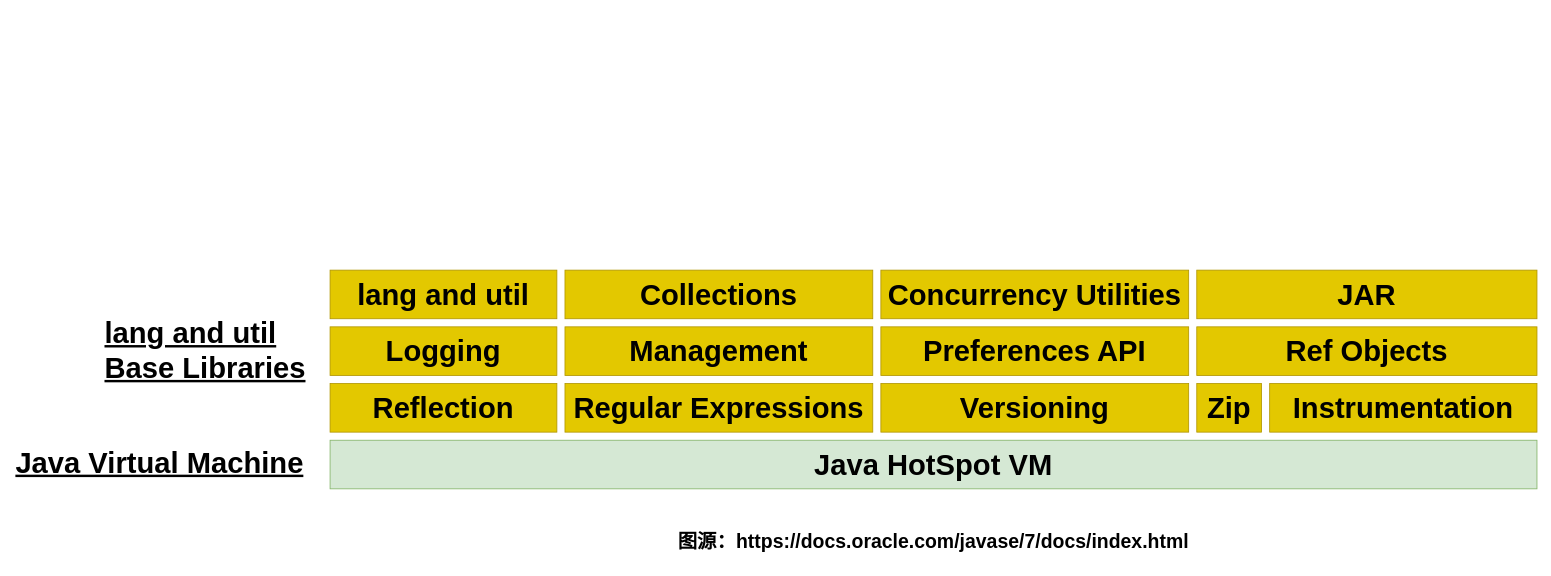
Before: java-road-map/Java开发知识结构.drawio in zhuyee/draw, a draw.io diagram. Source tidied: cells renumbered, new cells numbered last; positions are measured from the earlier drawing's top-left corner, leaving out a move shared by most shapes. Both pictures are drawn from the tidied source at 81%, with x=0, y=0 at pixel (14, 270).
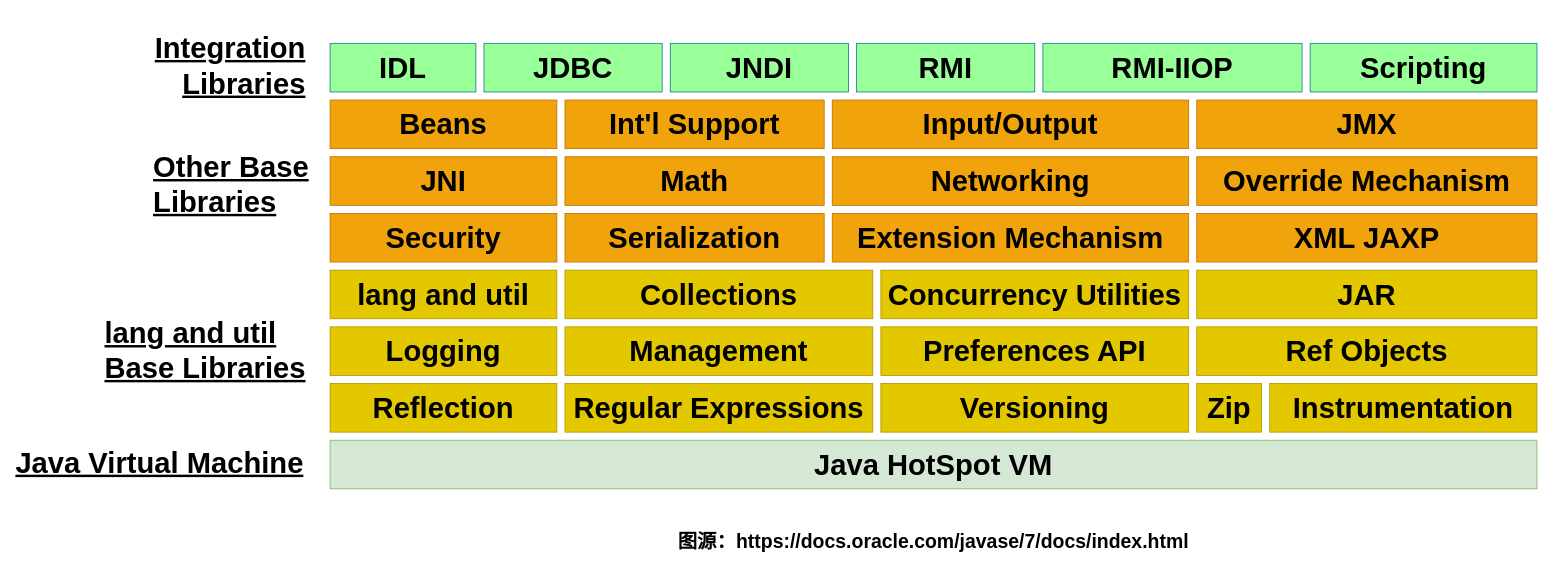
After the change.

Commit message:
更新 基本库

The edit, as a diff of the source:
```diff
@@
+    <mxCell id="19" value="&lt;a style=&quot;color: rgb(0, 0, 0); font-family: Arial, Helvetica, sans-serif; font-weight: bold; text-decoration-line: none;&quot; alt=&quot;Writing secure applications&quot; class=&quot;atext&quot; href=&quot;https://docs.oracle.com/javase/7/docs/technotes/guides/security/index.html&quot;&gt;Security&lt;/a&gt;" style="rounded=0;whiteSpace=wrap;html=1;fontSize=36;fillColor=#f0a30a;strokeColor=#BD7000;fontColor=#000000;" parent="1" vertex="1">
+      <mxGeometry x="390" y="-70" width="280" height="60" as="geometry" />
+    </mxCell>
+    <mxCell id="20" value="&lt;a style=&quot;color: rgb(0, 0, 0); font-family: Arial, Helvetica, sans-serif; font-weight: bold; text-decoration-line: none;&quot; alt=&quot;Java input/output classes with object support serialization&quot; class=&quot;atext&quot; href=&quot;https://docs.oracle.com/javase/7/docs/technotes/guides/serialization/index.html&quot;&gt;Serialization&lt;/a&gt;" style="rounded=0;whiteSpace=wrap;html=1;fontSize=36;fillColor=#f0a30a;strokeColor=#BD7000;fontColor=#000000;" parent="1" vertex="1">
+      <mxGeometry x="680" y="-70" width="320" height="60" as="geometry" />
+    </mxCell>
+    <mxCell id="21" value="&lt;a style=&quot;color: rgb(0, 0, 0); font-family: Arial, Helvetica, sans-serif; font-weight: bold; text-decoration-line: none;&quot; alt=&quot;Mechanism for JVM to use optional packages&quot; class=&quot;atext&quot; href=&quot;https://docs.oracle.com/javase/7/docs/technotes/guides/extensions/index.html&quot;&gt;Extension Mechanism&lt;/a&gt;" style="rounded=0;whiteSpace=wrap;html=1;fontSize=36;fillColor=#f0a30a;strokeColor=#BD7000;fontColor=#000000;" parent="1" vertex="1">
+      <mxGeometry x="1010" y="-70" width="440" height="60" as="geometry" />
+    </mxCell>
+    <mxCell id="22" value="&lt;a style=&quot;color: rgb(0, 0, 0); font-family: Arial, Helvetica, sans-serif; font-weight: bold; text-decoration-line: none;&quot; alt=&quot;Java API for Extensible Markup Language Processing&quot; class=&quot;atext&quot; href=&quot;https://docs.oracle.com/javase/7/docs/technotes/guides/xml/index.html&quot;&gt;XML JAXP&lt;/a&gt;" style="rounded=0;whiteSpace=wrap;html=1;fontSize=36;fillColor=#f0a30a;strokeColor=#BD7000;fontColor=#000000;" parent="1" vertex="1">
+      <mxGeometry x="1460" y="-70" width="420" height="60" as="geometry" />
+    </mxCell>
+    <mxCell id="23" value="&lt;a style=&quot;color: rgb(0, 0, 0); font-family: Arial, Helvetica, sans-serif; font-weight: bold; text-decoration-line: none;&quot; alt=&quot;Java Native Interface&quot; class=&quot;atext&quot; href=&quot;https://docs.oracle.com/javase/7/docs/technotes/guides/jni/index.html&quot;&gt;JNI&lt;/a&gt;" style="rounded=0;whiteSpace=wrap;html=1;fontSize=36;fillColor=#f0a30a;strokeColor=#BD7000;fontColor=#000000;" parent="1" vertex="1">
+      <mxGeometry x="390" y="-140" width="280" height="60" as="geometry" />
+    </mxCell>
+    <mxCell id="24" value="&lt;a style=&quot;color: rgb(0, 0, 0); font-family: Arial, Helvetica, sans-serif; font-weight: bold; text-decoration-line: none;&quot; alt=&quot;Floating point and arbitrary-precision math&quot; class=&quot;atext&quot; href=&quot;https://docs.oracle.com/javase/7/docs/technotes/guides/math/index.html&quot;&gt;Math&lt;/a&gt;" style="rounded=0;whiteSpace=wrap;html=1;fontSize=36;fillColor=#f0a30a;strokeColor=#BD7000;fontColor=#000000;" parent="1" vertex="1">
+      <mxGeometry x="680" y="-140" width="320" height="60" as="geometry" />
+    </mxCell>
+    <mxCell id="25" value="&lt;a style=&quot;color: rgb(0, 0, 0); font-family: Arial, Helvetica, sans-serif; font-weight: bold; text-decoration-line: none;&quot; alt=&quot;Networking API&quot; class=&quot;atext&quot; href=&quot;https://docs.oracle.com/javase/7/docs/technotes/guides/net/index.html&quot;&gt;Networking&lt;/a&gt;" style="rounded=0;whiteSpace=wrap;html=1;fontSize=36;fillColor=#f0a30a;strokeColor=#BD7000;fontColor=#000000;" parent="1" vertex="1">
+      <mxGeometry x="1010" y="-140" width="440" height="60" as="geometry" />
+    </mxCell>
+    <mxCell id="26" value="&lt;a style=&quot;color: rgb(0, 0, 0); font-family: Arial, Helvetica, sans-serif; font-weight: bold; text-decoration-line: none;&quot; alt=&quot;Endorsed Standards Override Mechanism&quot; class=&quot;atext&quot; href=&quot;https://docs.oracle.com/javase/7/docs/technotes/guides/standards/index.html&quot;&gt;Override Mechanism&lt;/a&gt;" style="rounded=0;whiteSpace=wrap;html=1;fontSize=36;fillColor=#f0a30a;strokeColor=#BD7000;fontColor=#000000;" parent="1" vertex="1">
+      <mxGeometry x="1460" y="-140" width="420" height="60" as="geometry" />
+    </mxCell>
+    <mxCell id="27" value="&lt;a style=&quot;color: rgb(0, 0, 0); font-family: Arial, Helvetica, sans-serif; font-weight: bold; text-decoration-line: none;&quot; alt=&quot;Java Beans component API&quot; class=&quot;atext&quot; href=&quot;https://docs.oracle.com/javase/7/docs/technotes/guides/beans/index.html&quot;&gt;Beans&lt;/a&gt;" style="rounded=0;whiteSpace=wrap;html=1;fontSize=36;fillColor=#f0a30a;strokeColor=#BD7000;fontColor=#000000;" parent="1" vertex="1">
+      <mxGeometry x="390" y="-210" width="280" height="60" as="geometry" />
+    </mxCell>
+    <mxCell id="28" value="&lt;a style=&quot;color: rgb(0, 0, 0); font-family: Arial, Helvetica, sans-serif; font-weight: bold; text-decoration-line: none;&quot; alt=&quot;Application internationalization&quot; class=&quot;atext&quot; href=&quot;https://docs.oracle.com/javase/7/docs/technotes/guides/intl/index.html&quot;&gt;Int'l Support&lt;/a&gt;" style="rounded=0;whiteSpace=wrap;html=1;fontSize=36;fillColor=#f0a30a;strokeColor=#BD7000;fontColor=#000000;" parent="1" vertex="1">
+      <mxGeometry x="680" y="-210" width="320" height="60" as="geometry" />
+    </mxCell>
+    <mxCell id="29" value="&lt;a style=&quot;color: rgb(0, 0, 0); font-family: Arial, Helvetica, sans-serif; font-weight: bold; text-decoration-line: none;&quot; alt=&quot;Input and output through data streams, serialization and file systems&quot; class=&quot;atext&quot; href=&quot;https://docs.oracle.com/javase/7/docs/technotes/guides/io/index.html&quot;&gt;Input/Output&lt;/a&gt;" style="rounded=0;whiteSpace=wrap;html=1;fontSize=36;fillColor=#f0a30a;strokeColor=#BD7000;fontColor=#000000;" parent="1" vertex="1">
+      <mxGeometry x="1010" y="-210" width="440" height="60" as="geometry" />
+    </mxCell>
+    <mxCell id="30" value="&lt;a style=&quot;color: rgb(0, 0, 0); font-family: Arial, Helvetica, sans-serif; font-weight: bold; text-decoration-line: none;&quot; alt=&quot;Java Management Extensions&quot; class=&quot;atext&quot; href=&quot;https://docs.oracle.com/javase/7/docs/technotes/guides/jmx/index.html&quot;&gt;JMX&lt;/a&gt;" style="rounded=0;whiteSpace=wrap;html=1;fontSize=36;fillColor=#f0a30a;strokeColor=#BD7000;fontColor=#000000;" parent="1" vertex="1">
+      <mxGeometry x="1460" y="-210" width="420" height="60" as="geometry" />
+    </mxCell>
+    <mxCell id="31" value="&lt;a style=&quot;font-size: 36px; color: rgb(0, 0, 0); font-family: Arial, Helvetica, sans-serif; text-decoration: underline; font-style: normal; font-variant-ligatures: normal; font-variant-caps: normal; font-weight: 400; letter-spacing: normal; orphans: 2; text-align: right; text-indent: 0px; text-transform: none; widows: 2; word-spacing: 0px; -webkit-text-stroke-width: 0px;&quot; alt=&quot;Base libraries other than lang and util&quot; class=&quot;ahead&quot; href=&quot;https://docs.oracle.com/javase/7/docs/technotes/guides/index.html#otherbase&quot;&gt;&lt;b style=&quot;font-size: 36px;&quot;&gt;Other Base&lt;br style=&quot;font-size: 36px;&quot;&gt;Libraries&lt;/b&gt;&lt;/a&gt;" style="text;whiteSpace=wrap;html=1;fontSize=36;" parent="1" vertex="1">
+      <mxGeometry x="170" y="-155" width="200" height="90" as="geometry" />
+    </mxCell>
+    <mxCell id="32" value="&lt;a style=&quot;color: rgb(0, 0, 0); font-family: Arial, Helvetica, sans-serif; font-weight: bold; text-decoration-line: none;&quot; alt=&quot;Interfaces defined in CORBA Interface Definition Language&quot; class=&quot;atext&quot; href=&quot;https://docs.oracle.com/javase/7/docs/technotes/guides/idl/index.html&quot;&gt;IDL&lt;/a&gt;" style="rounded=0;whiteSpace=wrap;html=1;fontSize=36;fillColor=#99FF99;strokeColor=#0e8088;" parent="1" vertex="1">
+      <mxGeometry x="390" y="-280" width="180" height="60" as="geometry" />
+    </mxCell>
+    <mxCell id="33" value="&lt;a style=&quot;color: rgb(0, 0, 0); font-family: Arial, Helvetica, sans-serif; font-weight: bold; text-decoration-line: none;&quot; alt=&quot;RMI interfaces using IIOP as the underlying transport&quot; class=&quot;atext&quot; href=&quot;https://docs.oracle.com/javase/7/docs/technotes/guides/rmi-iiop/index.html&quot;&gt;RMI-IIOP&lt;/a&gt;" style="rounded=0;whiteSpace=wrap;html=1;fontSize=36;fillColor=#99FF99;strokeColor=#0e8088;" parent="1" vertex="1">
+      <mxGeometry x="1270" y="-280" width="320" height="60" as="geometry" />
+    </mxCell>
+    <mxCell id="34" value="&lt;a style=&quot;color: rgb(0, 0, 0); font-family: Arial, Helvetica, sans-serif; font-weight: bold; text-decoration-line: none;&quot; alt=&quot;Scripting for the Java Platform&quot; class=&quot;atext&quot; href=&quot;https://docs.oracle.com/javase/7/docs/technotes/guides/scripting/index.html&quot;&gt;Scripting&lt;/a&gt;" style="rounded=0;whiteSpace=wrap;html=1;fontSize=36;fillColor=#99FF99;strokeColor=#0e8088;" parent="1" vertex="1">
+      <mxGeometry x="1600" y="-280" width="280" height="60" as="geometry" />
+    </mxCell>
+    <mxCell id="35" value="&lt;a style=&quot;color: rgb(0, 0, 0); font-family: Arial, Helvetica, sans-serif; font-weight: bold; text-decoration-line: none;&quot; alt=&quot;Java Database Connectivity&quot; class=&quot;atext&quot; href=&quot;https://docs.oracle.com/javase/7/docs/technotes/guides/jdbc/index.html&quot;&gt;JDBC&lt;/a&gt;" style="rounded=0;whiteSpace=wrap;html=1;fontSize=36;fillColor=#99FF99;strokeColor=#0e8088;" parent="1" vertex="1">
+      <mxGeometry x="580" y="-280" width="220" height="60" as="geometry" />
+    </mxCell>
+    <mxCell id="36" value="&lt;a style=&quot;color: rgb(0, 0, 0); font-family: Arial, Helvetica, sans-serif; font-weight: bold; text-decoration-line: none;&quot; alt=&quot;Java Naming and Directory Interface&quot; class=&quot;atext&quot; href=&quot;https://docs.oracle.com/javase/7/docs/technotes/guides/jndi/index.html&quot;&gt;JNDI&lt;/a&gt;" style="rounded=0;whiteSpace=wrap;html=1;fontSize=36;fillColor=#99FF99;strokeColor=#0e8088;" parent="1" vertex="1">
+      <mxGeometry x="810" y="-280" width="220" height="60" as="geometry" />
+    </mxCell>
+    <mxCell id="37" value="&lt;a style=&quot;color: rgb(0, 0, 0); font-family: Arial, Helvetica, sans-serif; font-weight: bold; text-decoration-line: none;&quot; alt=&quot;Remote Method Invocation&quot; class=&quot;atext&quot; href=&quot;https://docs.oracle.com/javase/7/docs/technotes/guides/rmi/index.html&quot;&gt;RMI&lt;/a&gt;" style="rounded=0;whiteSpace=wrap;html=1;fontSize=36;fillColor=#99FF99;strokeColor=#0e8088;" parent="1" vertex="1">
+      <mxGeometry x="1040" y="-280" width="220" height="60" as="geometry" />
+    </mxCell>
+    <mxCell id="38" value="&lt;table style=&quot;border-collapse: collapse; border: 0px; color: rgb(0, 0, 0); font-family: Arial, Helvetica, FreeSans, Luxi-sans, &amp;quot;Nimbus Sans L&amp;quot;, sans-serif; font-size: 36px; font-style: normal; font-variant-ligatures: normal; font-variant-caps: normal; font-weight: 400; letter-spacing: normal; orphans: 2; text-align: start; text-transform: none; widows: 2; word-spacing: 0px; -webkit-text-stroke-width: 0px; text-decoration-thickness: initial; text-decoration-style: initial; text-decoration-color: initial;&quot; cellpadding=&quot;0&quot; cellspacing=&quot;0&quot; class=&quot;table&quot; summary=&quot;&quot;&gt;&lt;tbody style=&quot;font-size: 36px;&quot;&gt;&lt;tr valign=&quot;top&quot; style=&quot;font-size: 36px;&quot;&gt;&lt;td style=&quot;border: 2px solid white; padding-right: 0.5em; vertical-align: middle; text-align: right; font-size: 36px;&quot; title=&quot;Integration libraries&quot; class=&quot;tdhead&quot;&gt;&lt;a style=&quot;font-size: 36px; color: rgb(0, 0, 0); font-family: Arial, Helvetica, sans-serif; text-decoration: underline;&quot; class=&quot;ahead&quot; href=&quot;https://docs.oracle.com/javase/7/docs/technotes/guides/index.html#integration&quot;&gt;&lt;b style=&quot;font-size: 36px;&quot;&gt;Integration&lt;br style=&quot;font-size: 36px;&quot;&gt;Libraries&lt;/b&gt;&lt;/a&gt;&lt;/td&gt;&lt;td style=&quot;font-size: 36px;&quot;&gt;&lt;table style=&quot;width: 510.219px; height: 26.7969px; border: 0px; border-collapse: separate; border-spacing: 0px; font-size: 36px;&quot; summary=&quot;&quot; class=&quot;tablerows&quot;&gt;&lt;tbody style=&quot;font-size: 36px;&quot;&gt;&lt;tr style=&quot;font-size: 36px;&quot;&gt;&lt;/tr&gt;&lt;/tbody&gt;&lt;/table&gt;&#10;&#10;&lt;/td&gt;&lt;/tr&gt;&lt;/tbody&gt;&lt;/table&gt;" style="text;whiteSpace=wrap;html=1;fontSize=36;" parent="1" vertex="1">
+      <mxGeometry x="170" y="-316" width="200" height="100" as="geometry" />
+    </mxCell>
```
